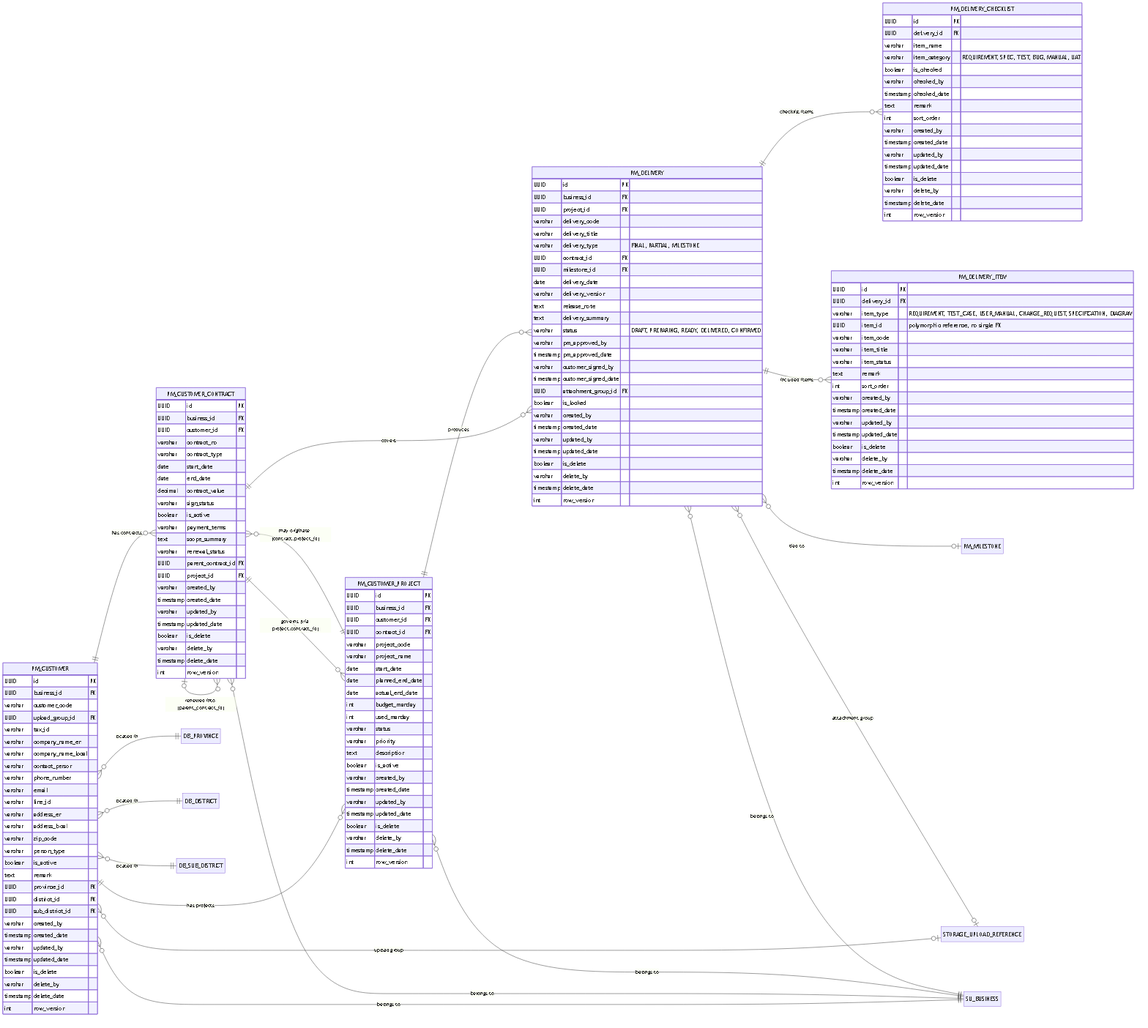
Before: docs/erd/erd-03a-customer-contract-project.png, a diagram exported from Mermaid (softinter-chiangrai/sic-project). Its source is kept beside it as docs/erd/erd-03a-customer-contract-project.mmd. The source it was exported from:
```mermaid

erDiagram
    direction LR

%%{init: {"er": {"diagramPadding": 6, "entityPadding": 8, "minEntityWidth": 70, "minEntityHeight": 30, "fontSize": 16}}}%%

    PM_CUSTOMER {
        UUID id PK
        UUID business_id FK
        varchar customer_code
        UUID upload_group_id FK
        varchar tax_id
        varchar company_name_en
        varchar company_name_local
        varchar contact_person
        varchar phone_number
        varchar email
        varchar line_id
        varchar address_en
        varchar address_local
        varchar zip_code
        varchar person_type
        boolean is_active
        text remark
        UUID province_id FK
        UUID district_id FK
        UUID sub_district_id FK
        varchar created_by
        timestamp created_date
        varchar updated_by
        timestamp updated_date
        boolean is_delete
        varchar delete_by
        timestamp delete_date
        int row_version
    }

    PM_CUSTOMER_CONTRACT {
        UUID id PK
        UUID business_id FK
        UUID customer_id FK
        varchar contract_no
        varchar contract_type
        date start_date
        date end_date
        decimal contract_value
        varchar sign_status
        boolean is_active
        varchar payment_terms
        text scope_summary
        varchar renewal_status
        UUID parent_contract_id FK
        UUID project_id FK
        varchar created_by
        timestamp created_date
        varchar updated_by
        timestamp updated_date
        boolean is_delete
        varchar delete_by
        timestamp delete_date
        int row_version
    }

    PM_CUSTOMER_PROJECT {
        UUID id PK
        UUID business_id FK
        UUID customer_id FK
        UUID contract_id FK
        varchar project_code
        varchar project_name
        date start_date
        date planned_end_date
        date actual_end_date
        int budget_manday
        int used_manday
        varchar status
        varchar priority
        text description
        boolean is_active
        varchar created_by
        timestamp created_date
        varchar updated_by
        timestamp updated_date
        boolean is_delete
        varchar delete_by
        timestamp delete_date
        int row_version
    }

    PM_DELIVERY {
        UUID id PK
        UUID business_id FK
        UUID project_id FK
        varchar delivery_code
        varchar delivery_title
        varchar delivery_type "FINAL, PARTIAL, MILESTONE"
        UUID contract_id FK
        UUID milestone_id FK
        date delivery_date
        varchar delivery_version
        text release_note
        text delivery_summary
        varchar status "DRAFT, PREPARING, READY, DELIVERED, CONFIRMED"
        varchar pm_approved_by
        timestamp pm_approved_date
        varchar customer_signed_by
        timestamp customer_signed_date
        UUID attachment_group_id FK
        boolean is_locked
        varchar created_by
        timestamp created_date
        varchar updated_by
        timestamp updated_date
        boolean is_delete
        varchar delete_by
        timestamp delete_date
        int row_version
    }

    PM_DELIVERY_CHECKLIST {
        UUID id PK
        UUID delivery_id FK
        varchar item_name
        varchar item_category "REQUIREMENT, SPEC, TEST, BUG, MANUAL, UAT"
        boolean is_checked
        varchar checked_by
        timestamp checked_date
        text remark
        int sort_order
        varchar created_by
        timestamp created_date
        varchar updated_by
        timestamp updated_date
        boolean is_delete
        varchar delete_by
        timestamp delete_date
        int row_version
    }

    PM_DELIVERY_ITEM {
        UUID id PK
        UUID delivery_id FK
        varchar item_type "REQUIREMENT, TEST_CASE, USER_MANUAL, CHANGE_REQUEST, SPECIFICATION, DIAGRAM"
        UUID item_id "polymorphic reference, no single FK"
        varchar item_code
        varchar item_title
        varchar item_status
        text remark
        int sort_order
        varchar created_by
        timestamp created_date
        varchar updated_by
        timestamp updated_date
        boolean is_delete
        varchar delete_by
        timestamp delete_date
        int row_version
    }

    SU_BUSINESS {
    }

    DB_PROVINCE {
    }

    DB_DISTRICT {
    }

    DB_SUB_DISTRICT {
    }

    STORAGE_UPLOAD_REFERENCE {
    }

    PM_MILESTONE {
    }


    PM_CUSTOMER ||--o{ PM_CUSTOMER_CONTRACT : "has contracts"
    PM_CUSTOMER ||--o{ PM_CUSTOMER_PROJECT : "has projects"
    PM_CUSTOMER }o--|| DB_PROVINCE : "located in"
    PM_CUSTOMER }o--|| DB_DISTRICT : "located in"
    PM_CUSTOMER }o--|| DB_SUB_DISTRICT : "located in"
    PM_CUSTOMER }o--o| STORAGE_UPLOAD_REFERENCE : "upload group"
    PM_CUSTOMER }o--|| SU_BUSINESS : "belongs to"

    PM_CUSTOMER_CONTRACT ||--o{ PM_CUSTOMER_PROJECT : "governs (via project.contract_id)"
    PM_CUSTOMER_CONTRACT |o--o{ PM_CUSTOMER_CONTRACT : "renewed into (parent_contract_id)"
    PM_CUSTOMER_CONTRACT ||--o{ PM_DELIVERY : "covers"
    PM_CUSTOMER_CONTRACT }o--|| SU_BUSINESS : "belongs to"

    PM_CUSTOMER_PROJECT ||--o{ PM_CUSTOMER_CONTRACT : "may originate (contract.project_id)"
    PM_CUSTOMER_PROJECT ||--o{ PM_DELIVERY : "produces"
    PM_CUSTOMER_PROJECT }o--|| SU_BUSINESS : "belongs to"

    PM_DELIVERY ||--o{ PM_DELIVERY_CHECKLIST : "checklist items"
    PM_DELIVERY ||--o{ PM_DELIVERY_ITEM : "included items"
    PM_DELIVERY }o--o| PM_MILESTONE : "tied to"
    PM_DELIVERY }o--o| STORAGE_UPLOAD_REFERENCE : "attachment group"
    PM_DELIVERY }o--|| SU_BUSINESS : "belongs to"
```
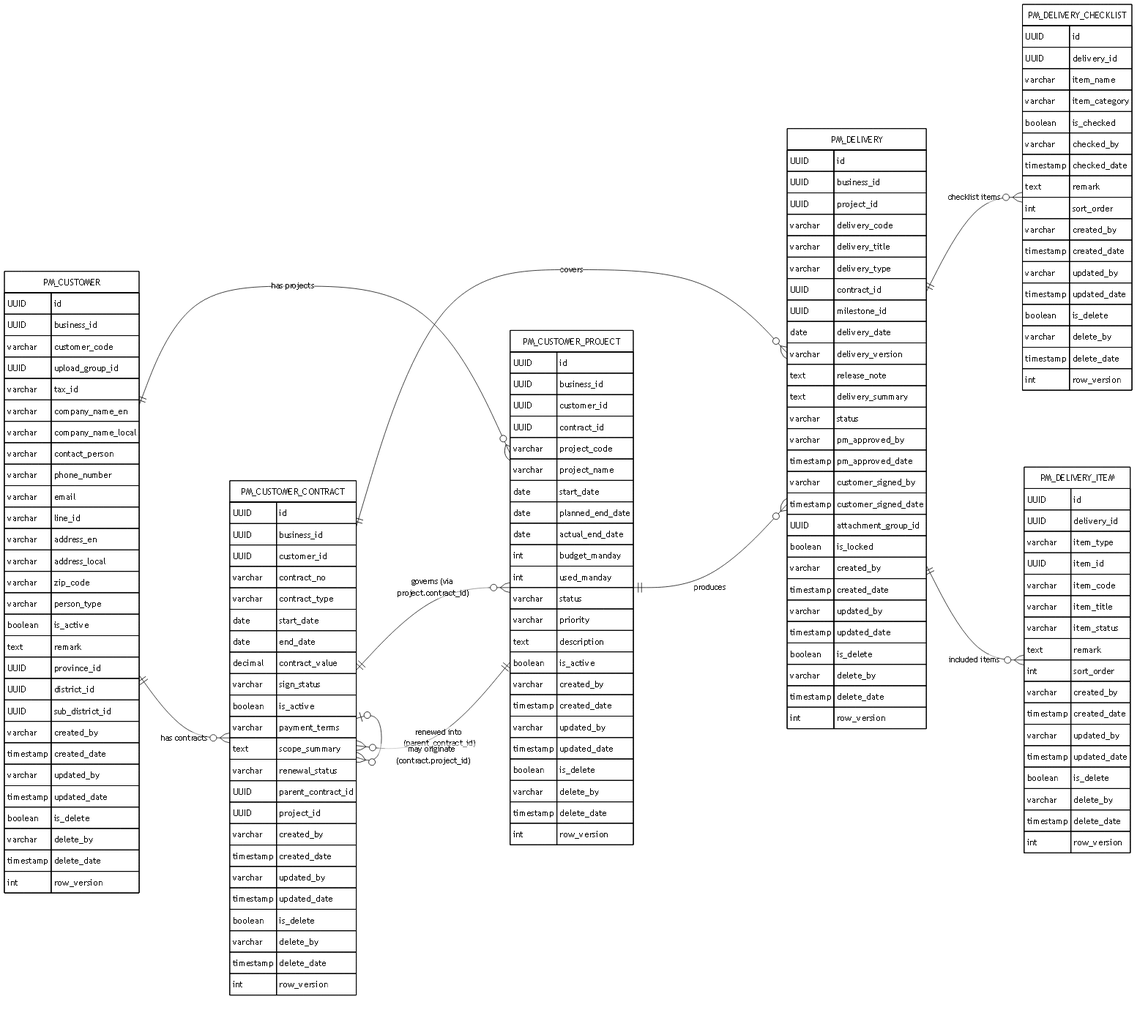
The same file after the commit.

Diff of the diagram source:
```diff
@@ -2,13 +2,12 @@
 erDiagram
     direction LR
 
-%%{init: {"er": {"diagramPadding": 6, "entityPadding": 8, "minEntityWidth": 70, "minEntityHeight": 30, "fontSize": 16}}}%%
-
+%%{init: {"theme": "base", "themeVariables": {"primaryColor": "#ffffff", "primaryBorderColor": "#000000", "primaryTextColor": "#000000", "lineColor": "#000000", "secondaryColor": "#ffffff", "tertiaryColor": "#ffffff"}, "er": {"diagramPadding": 8, "entityPadding": 12, "minEntityWidth": 90, "minEntityHeight": 40, "fontSize": 22}}}%%
     PM_CUSTOMER {
-        UUID id PK
-        UUID business_id FK
+        UUID id
+        UUID business_id
         varchar customer_code
-        UUID upload_group_id FK
+        UUID upload_group_id
         varchar tax_id
         varchar company_name_en
         varchar company_name_local
@@ -22,9 +21,9 @@
         varchar person_type
         boolean is_active
         text remark
-        UUID province_id FK
-        UUID district_id FK
-        UUID sub_district_id FK
+        UUID province_id
+        UUID district_id
+        UUID sub_district_id
         varchar created_by
         timestamp created_date
         varchar updated_by
@@ -36,9 +35,9 @@
     }
 
     PM_CUSTOMER_CONTRACT {
-        UUID id PK
-        UUID business_id FK
-        UUID customer_id FK
+        UUID id
+        UUID business_id
+        UUID customer_id
         varchar contract_no
         varchar contract_type
         date start_date
@@ -49,8 +48,8 @@
         varchar payment_terms
         text scope_summary
         varchar renewal_status
-        UUID parent_contract_id FK
-        UUID project_id FK
+        UUID parent_contract_id
+        UUID project_id
         varchar created_by
         timestamp created_date
         varchar updated_by
@@ -62,10 +61,10 @@
     }
 
     PM_CUSTOMER_PROJECT {
-        UUID id PK
-        UUID business_id FK
-        UUID customer_id FK
-        UUID contract_id FK
+        UUID id
+        UUID business_id
+        UUID customer_id
+        UUID contract_id
         varchar project_code
         varchar project_name
         date start_date
@@ -88,24 +87,24 @@
     }
 
     PM_DELIVERY {
-        UUID id PK
-        UUID business_id FK
-        UUID project_id FK
+        UUID id
+        UUID business_id
+        UUID project_id
         varchar delivery_code
         varchar delivery_title
-        varchar delivery_type "FINAL, PARTIAL, MILESTONE"
-        UUID contract_id FK
-        UUID milestone_id FK
+        varchar delivery_type
+        UUID contract_id
+        UUID milestone_id
         date delivery_date
         varchar delivery_version
         text release_note
         text delivery_summary
-        varchar status "DRAFT, PREPARING, READY, DELIVERED, CONFIRMED"
+        varchar status
         varchar pm_approved_by
         timestamp pm_approved_date
         varchar customer_signed_by
         timestamp customer_signed_date
-        UUID attachment_group_id FK
+        UUID attachment_group_id
         boolean is_locked
         varchar created_by
         timestamp created_date
@@ -118,10 +117,10 @@
     }
 
     PM_DELIVERY_CHECKLIST {
-        UUID id PK
-        UUID delivery_id FK
+        UUID id
+        UUID delivery_id
         varchar item_name
-        varchar item_category "REQUIREMENT, SPEC, TEST, BUG, MANUAL, UAT"
+        varchar item_category
         boolean is_checked
         varchar checked_by
         timestamp checked_date
@@ -138,10 +137,10 @@
     }
 
     PM_DELIVERY_ITEM {
-        UUID id PK
-        UUID delivery_id FK
-        varchar item_type "REQUIREMENT, TEST_CASE, USER_MANUAL, CHANGE_REQUEST, SPECIFICATION, DIAGRAM"
-        UUID item_id "polymorphic reference, no single FK"
+        UUID id
+        UUID delivery_id
+        varchar item_type
+        UUID item_id
         varchar item_code
         varchar item_title
         varchar item_status
@@ -157,44 +156,16 @@
         int row_version
     }
 
-    SU_BUSINESS {
-    }
-
-    DB_PROVINCE {
-    }
-
-    DB_DISTRICT {
-    }
-
-    DB_SUB_DISTRICT {
-    }
-
-    STORAGE_UPLOAD_REFERENCE {
-    }
-
-    PM_MILESTONE {
-    }
-
 
     PM_CUSTOMER ||--o{ PM_CUSTOMER_CONTRACT : "has contracts"
     PM_CUSTOMER ||--o{ PM_CUSTOMER_PROJECT : "has projects"
-    PM_CUSTOMER }o--|| DB_PROVINCE : "located in"
-    PM_CUSTOMER }o--|| DB_DISTRICT : "located in"
-    PM_CUSTOMER }o--|| DB_SUB_DISTRICT : "located in"
-    PM_CUSTOMER }o--o| STORAGE_UPLOAD_REFERENCE : "upload group"
-    PM_CUSTOMER }o--|| SU_BUSINESS : "belongs to"
 
     PM_CUSTOMER_CONTRACT ||--o{ PM_CUSTOMER_PROJECT : "governs (via project.contract_id)"
     PM_CUSTOMER_CONTRACT |o--o{ PM_CUSTOMER_CONTRACT : "renewed into (parent_contract_id)"
     PM_CUSTOMER_CONTRACT ||--o{ PM_DELIVERY : "covers"
-    PM_CUSTOMER_CONTRACT }o--|| SU_BUSINESS : "belongs to"
 
     PM_CUSTOMER_PROJECT ||--o{ PM_CUSTOMER_CONTRACT : "may originate (contract.project_id)"
     PM_CUSTOMER_PROJECT ||--o{ PM_DELIVERY : "produces"
-    PM_CUSTOMER_PROJECT }o--|| SU_BUSINESS : "belongs to"
 
     PM_DELIVERY ||--o{ PM_DELIVERY_CHECKLIST : "checklist items"
     PM_DELIVERY ||--o{ PM_DELIVERY_ITEM : "included items"
-    PM_DELIVERY }o--o| PM_MILESTONE : "tied to"
-    PM_DELIVERY }o--o| STORAGE_UPLOAD_REFERENCE : "attachment group"
-    PM_DELIVERY }o--|| SU_BUSINESS : "belongs to"
```
